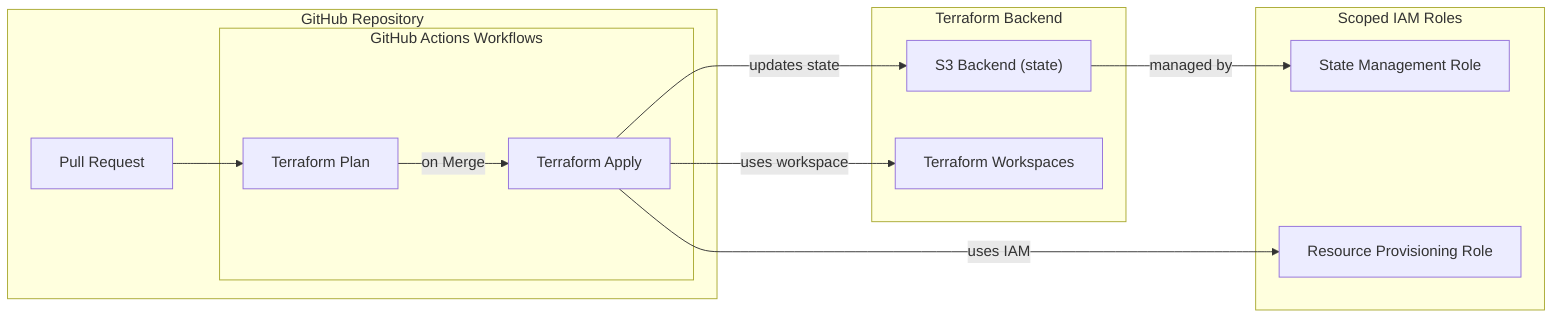
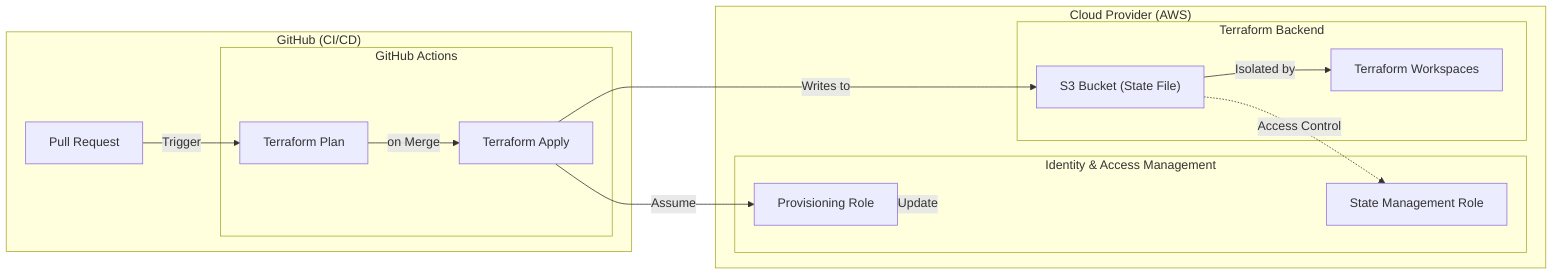
graph LR
-     subgraph GitHub["GitHub Repository"]
+     subgraph GitHub["GitHub (CI/CD)"]
        PR["Pull Request"]

-         subgraph Actions["GitHub Actions Workflows"]
+         subgraph Actions["GitHub Actions"]
            Plan["Terraform Plan"]
            Apply["Terraform Apply"]
        end
    end

-     subgraph Terraform["Terraform Backend"]
-         S3Backend["S3 Backend (state)"]
-         Workspaces["Terraform Workspaces"]
+     subgraph AWS["Cloud Provider (AWS)"]
+         subgraph IAM["Identity & Access Management"]
+             StateRole["State Management Role"]
+             ApplyRole["Provisioning Role"]
+         end
+ 
+         subgraph S3["Terraform Backend"]
+             S3Backend["S3 Bucket (State File)"]
+             Workspaces["Terraform Workspaces"]
+         end
    end

-     subgraph IAM["Scoped IAM Roles"]
-         StateRole["State Management Role"]
-         ApplyRole["Resource Provisioning Role"]
-     end
+     %% Fluxo de Execução
+     PR -->|Trigger| Plan
+     Plan -->|on Merge| Apply

-     PR --> Plan
-     Plan -->|on Merge| Apply
-     Apply -->|updates state| S3Backend
-     Apply -->|uses workspace| Workspaces
-     Apply -->|uses IAM| ApplyRole
-     S3Backend -->|managed by| StateRole
+     %% Permissões e Acesso
+     Apply -->|Assume| ApplyRole
+     ApplyRole -->|Create/Update| AWS
+ 
+     %% Gestão de Estado
+     Apply -->|Writes to| S3Backend
+     S3Backend -->|Isolated by| Workspaces
+     S3Backend -.->|Access Control| StateRole